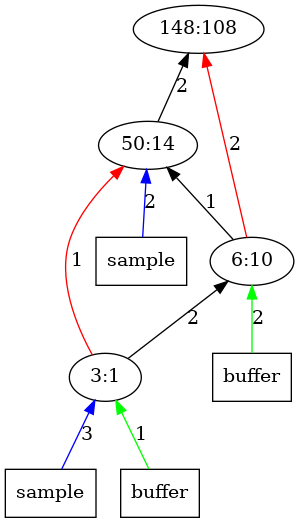
Before: outputImages/op108.png.png, a diagram exported from Graphviz (AbhikKhan/MTP_IITG). Its source is kept beside it as outputTrees/op108.dot. Its diagram source:
```dot
digraph Tree{
	rankdir="BT"
	1 [label = "148:108"];
	2 -> 1 [label = "2", color = "black"];
	x21 -> 2 [label = "2", color = "blue"];
	x21 [label = "sample", shape = "box"];
	2 [label = "50:14"];
	3 -> 2 [label = "1", color = "black"];
	3 -> 1 [label = "2", color = "red"];
	x32 -> 3 [label = "2", color = "green"];
	x32 [label = "buffer", shape = "box"];
	3 [label = "6:10"];
	4 -> 3 [label = "2", color = "black"];
	4 -> 2 [label = "1", color = "red"];
	x41 -> 4 [label = "3", color = "blue"];
	x41 [label = "sample", shape = "box"];
	x42 -> 4 [label = "1", color = "green"];
	x42 [label = "buffer", shape = "box"];
	4 [label = "3:1"];
}
```
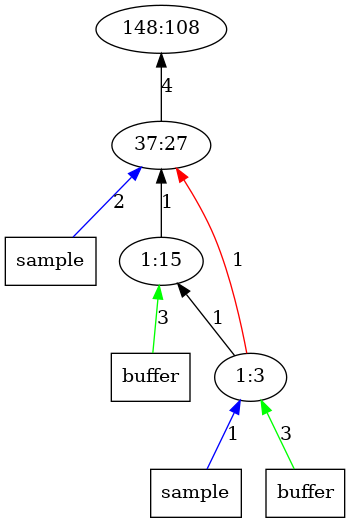
After the commit.

What changed in the source:
```diff
@@ -1,20 +1,19 @@
 digraph Tree{
 	rankdir="BT"
 	1 [label = "148:108"];
-	2 -> 1 [label = "2", color = "black"];
+	2 -> 1 [label = "4", color = "black"];
 	x21 -> 2 [label = "2", color = "blue"];
 	x21 [label = "sample", shape = "box"];
-	2 [label = "50:14"];
+	2 [label = "37:27"];
 	3 -> 2 [label = "1", color = "black"];
-	3 -> 1 [label = "2", color = "red"];
-	x32 -> 3 [label = "2", color = "green"];
+	x32 -> 3 [label = "3", color = "green"];
 	x32 [label = "buffer", shape = "box"];
-	3 [label = "6:10"];
-	4 -> 3 [label = "2", color = "black"];
+	3 [label = "1:15"];
 	4 -> 2 [label = "1", color = "red"];
-	x41 -> 4 [label = "3", color = "blue"];
+	4 -> 3 [label = "1", color = "black"];
+	x41 -> 4 [label = "1", color = "blue"];
 	x41 [label = "sample", shape = "box"];
-	x42 -> 4 [label = "1", color = "green"];
+	x42 -> 4 [label = "3", color = "green"];
 	x42 [label = "buffer", shape = "box"];
-	4 [label = "3:1"];
+	4 [label = "1:3"];
 }
```
